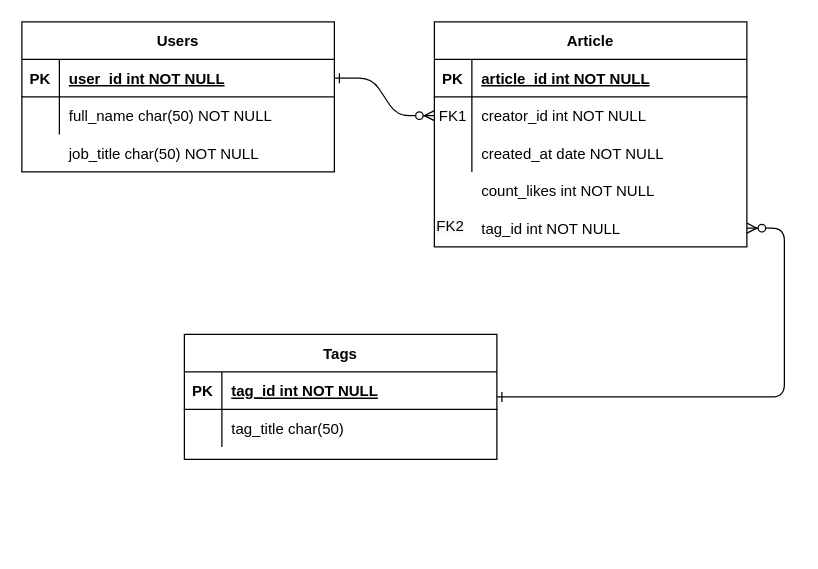
Above: Untitled Diagram.drawio in ElenaBeles/digital-departments (draw.io), before the change. Source tidied: cells renumbered, new cells numbered last; positions are measured from the earlier drawing's top-left corner, leaving out a move shared by most shapes. Both pictures are drawn from the tidied source at 125%, with x=0, y=0 at pixel (21, 21).
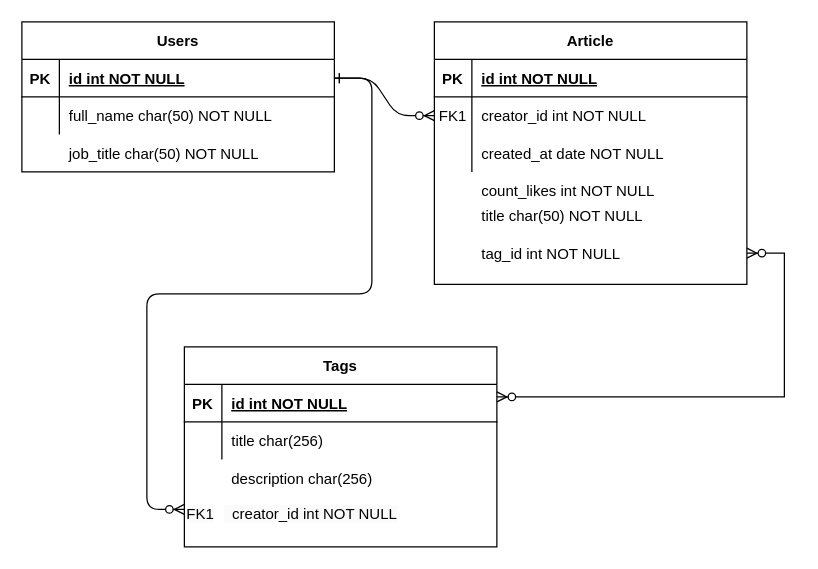
The same page after the edit.

Unchanged cells that the change refers to:
```xml
<mxCell id="4" style="shape=partialRectangle;fillColor=none;top=0;left=0;right=0;bottom=1;" parent="3" vertex="1">
  <mxGeometry y="30" width="250" height="30" as="geometry" />
</mxCell>
<mxCell id="14" style="shape=partialRectangle;fillColor=none;top=0;left=0;right=0;bottom=1;" parent="13" vertex="1">
  <mxGeometry y="30" width="250" height="30" as="geometry" />
</mxCell>
<mxCell id="17" style="shape=partialRectangle;fillColor=none;top=0;left=0;right=0;bottom=0;" parent="13" vertex="1">
  <mxGeometry y="60" width="250" height="30" as="geometry" />
</mxCell>
<mxCell id="21" style="shape=partialRectangle;fillColor=none;points=[[0,0.5],[1,0.5]];portConstraint=eastwest;top=0;left=0;right=0;bottom=1;" parent="20" vertex="1">
  <mxGeometry y="30" width="250" height="30" as="geometry" />
</mxCell>
```

What changed in the source:
```diff
@@
     <mxCell id="3" value="Article" style="shape=table;startSize=30;childLayout=tableLayout;rowLines=0;fontStyle=1;align=center;" parent="1" vertex="1">
-      <mxGeometry x="330" width="250" height="180" as="geometry" />
+      <mxGeometry x="330" width="250" height="210" as="geometry" />
     </mxCell>
@@
-    <mxCell id="6" value="article_id int NOT NULL " style="shape=partialRectangle;overflow=hidden;fillColor=none;top=0;left=0;bottom=0;right=0;align=left;spacingLeft=6;fontStyle=5;" parent="4" vertex="1">
+    <mxCell id="6" value="id int NOT NULL " style="shape=partialRectangle;overflow=hidden;fillColor=none;top=0;left=0;bottom=0;right=0;align=left;spacingLeft=6;fontStyle=5;" parent="4" vertex="1">
       <mxGeometry x="30" width="220" height="30" as="geometry" />
     </mxCell>
@@
     <mxCell id="13" value="Tags" style="shape=table;startSize=30;childLayout=tableLayout;rowLines=0;fontStyle=1;align=center;" parent="1" vertex="1">
-      <mxGeometry x="130" y="250" width="250" height="100" as="geometry" />
+      <mxGeometry x="130" y="260" width="250" height="160" as="geometry" />
     </mxCell>
@@
-    <mxCell id="16" value="tag_id int NOT NULL " style="shape=partialRectangle;overflow=hidden;fillColor=none;top=0;left=0;bottom=0;right=0;align=left;spacingLeft=6;fontStyle=5;" parent="14" vertex="1">
+    <mxCell id="16" value="id int NOT NULL " style="shape=partialRectangle;overflow=hidden;fillColor=none;top=0;left=0;bottom=0;right=0;align=left;spacingLeft=6;fontStyle=5;" parent="14" vertex="1">
       <mxGeometry x="30" width="220" height="30" as="geometry" />
     </mxCell>
@@
-    <mxCell id="19" value="tag_title char(50) " style="shape=partialRectangle;overflow=hidden;fillColor=none;top=0;left=0;bottom=0;right=0;align=left;spacingLeft=6;" parent="17" vertex="1">
+    <mxCell id="19" value="title char(256) " style="shape=partialRectangle;overflow=hidden;fillColor=none;top=0;left=0;bottom=0;right=0;align=left;spacingLeft=6;" parent="17" vertex="1">
       <mxGeometry x="30" width="220" height="30" as="geometry" />
     </mxCell>
@@
-    <mxCell id="23" value="user_id int NOT NULL " style="shape=partialRectangle;overflow=hidden;fillColor=none;top=0;left=0;bottom=0;right=0;align=left;spacingLeft=6;fontStyle=5;" parent="21" vertex="1">
+    <mxCell id="23" value="id int NOT NULL " style="shape=partialRectangle;overflow=hidden;fillColor=none;top=0;left=0;bottom=0;right=0;align=left;spacingLeft=6;fontStyle=5;" parent="21" vertex="1">
       <mxGeometry x="30" width="220" height="30" as="geometry" />
     </mxCell>
@@
     <mxCell id="33" style="shape=partialRectangle;fillColor=none;points=[[0,0.5],[1,0.5]];portConstraint=eastwest;top=0;left=0;right=0;bottom=0;" parent="1" vertex="1">
-      <mxGeometry x="330" y="150" width="250" height="30" as="geometry" />
+      <mxGeometry x="330" y="170" width="250" height="30" as="geometry" />
     </mxCell>
@@
-    <mxCell id="36" value="&lt;span style=&quot;color: rgb(0, 0, 0); font-family: Helvetica; font-size: 12px; font-style: normal; font-variant-ligatures: normal; font-variant-caps: normal; font-weight: 400; letter-spacing: normal; orphans: 2; text-align: center; text-indent: 0px; text-transform: none; widows: 2; word-spacing: 0px; -webkit-text-stroke-width: 0px; background-color: rgb(248, 249, 250); text-decoration-thickness: initial; text-decoration-style: initial; text-decoration-color: initial; float: none; display: inline !important;&quot;&gt;FK2&lt;/span&gt;" style="text;whiteSpace=wrap;html=1;" parent="1" vertex="1">
-      <mxGeometry x="330" y="150" width="60" height="40" as="geometry" />
-    </mxCell>
-    <mxCell id="37" style="edgeStyle=entityRelationEdgeStyle;endArrow=ERzeroToMany;startArrow=ERone;endFill=1;startFill=0;" parent="1" edge="1" target="33">
-      <mxGeometry relative="1" as="geometry">
-        <mxPoint x="380" y="300" as="sourcePoint" />
-      </mxGeometry>
-    </mxCell>
+    <mxCell id="38" style="shape=partialRectangle;fillColor=none;top=0;left=0;right=0;bottom=0;" parent="1" vertex="1">
+      <mxGeometry x="330" y="140" width="250" height="30" as="geometry" />
+    </mxCell>
+    <mxCell id="39" style="shape=partialRectangle;overflow=hidden;fillColor=none;top=0;left=0;bottom=0;right=0;" parent="38" vertex="1">
+      <mxGeometry width="30" height="30" as="geometry" />
+    </mxCell>
+    <mxCell id="40" value="title char(50) NOT NULL" style="shape=partialRectangle;overflow=hidden;fillColor=none;top=0;left=0;bottom=0;right=0;align=left;spacingLeft=6;" parent="38" vertex="1">
+      <mxGeometry x="30" width="220" height="30" as="geometry" />
+    </mxCell>
+    <mxCell id="41" value="description char(256) " style="shape=partialRectangle;overflow=hidden;fillColor=none;top=0;left=0;bottom=0;right=0;align=left;spacingLeft=6;" parent="1" vertex="1">
+      <mxGeometry x="160" y="350" width="220" height="30" as="geometry" />
+    </mxCell>
+    <mxCell id="42" style="edgeStyle=entityRelationEdgeStyle;fontSize=12;html=1;endArrow=ERzeroToMany;endFill=1;startArrow=ERzeroToMany;rounded=0;" parent="1" edge="1" target="33">
+      <mxGeometry relative="1" as="geometry">
+        <mxPoint x="380" y="300" as="sourcePoint" />
+      </mxGeometry>
+    </mxCell>
+    <mxCell id="43" value="&lt;span style=&quot;color: rgb(0, 0, 0); font-family: Helvetica; font-size: 12px; font-style: normal; font-variant-ligatures: normal; font-variant-caps: normal; font-weight: 400; letter-spacing: normal; orphans: 2; text-align: left; text-indent: 0px; text-transform: none; widows: 2; word-spacing: 0px; -webkit-text-stroke-width: 0px; background-color: rgb(251, 251, 251); text-decoration-thickness: initial; text-decoration-style: initial; text-decoration-color: initial; float: none; display: inline !important;&quot;&gt;&amp;nbsp; creator_id int NOT NULL&lt;/span&gt;" style="text;whiteSpace=wrap;html=1;" parent="1" vertex="1">
+      <mxGeometry x="160" y="380" width="170" height="40" as="geometry" />
+    </mxCell>
+    <mxCell id="44" value="&lt;span style=&quot;color: rgb(0, 0, 0); font-family: Helvetica; font-size: 12px; font-style: normal; font-variant-ligatures: normal; font-variant-caps: normal; font-weight: 400; letter-spacing: normal; orphans: 2; text-align: center; text-indent: 0px; text-transform: none; widows: 2; word-spacing: 0px; -webkit-text-stroke-width: 0px; background-color: rgb(251, 251, 251); text-decoration-thickness: initial; text-decoration-style: initial; text-decoration-color: initial; float: none; display: inline !important;&quot;&gt;FK1&lt;/span&gt;" style="text;whiteSpace=wrap;html=1;" parent="1" vertex="1">
+      <mxGeometry x="130" y="380" width="60" height="40" as="geometry" />
+    </mxCell>
+    <mxCell id="45" style="edgeStyle=entityRelationEdgeStyle;endArrow=ERzeroToMany;startArrow=ERone;endFill=1;startFill=0;exitX=1;exitY=0.5;exitDx=0;exitDy=0;" parent="1" edge="1" source="21">
+      <mxGeometry relative="1" as="geometry">
+        <mxPoint x="130" y="390" as="targetPoint" />
+      </mxGeometry>
+    </mxCell>
```
